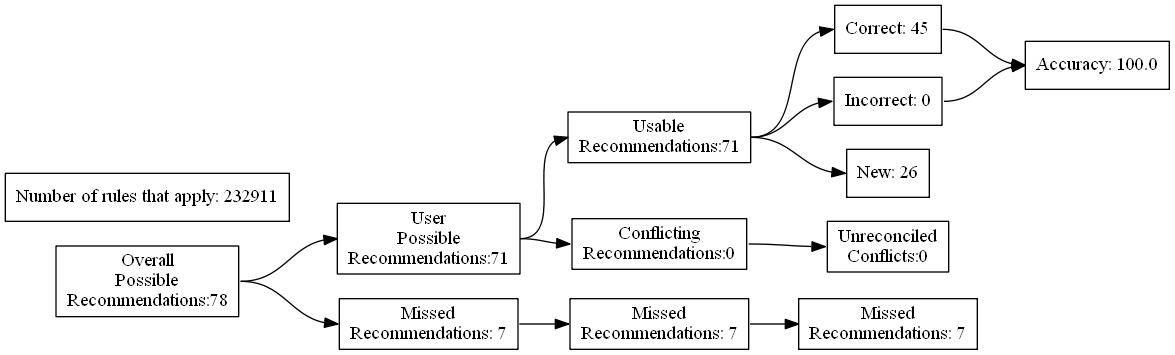
ZaxR/ibd_diet_analysis keeps this Graphviz diagram as test_renders/48.gv.png. Above is the earlier version. Its source is kept beside it as test_renders/48.gv.
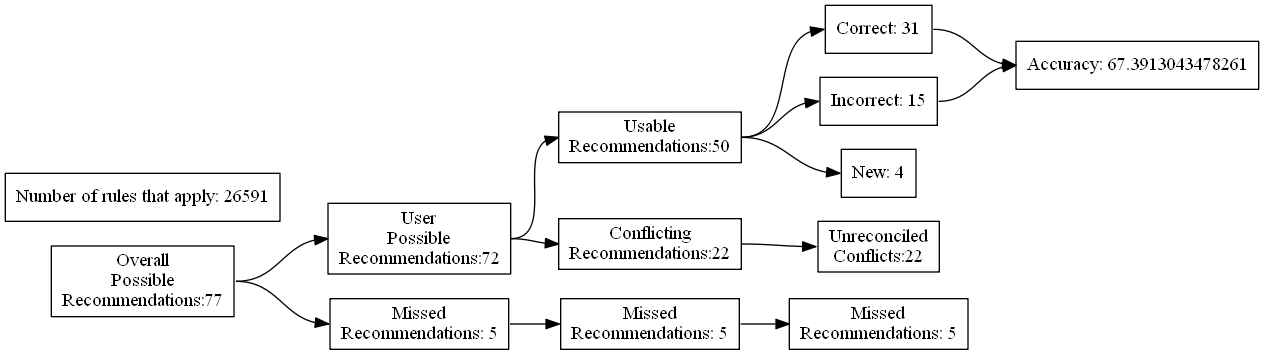
The same file after the commit.

The edit, as a diff of the source:
```diff
@@ -4,27 +4,27 @@
 	edge [headport=w tailport=e]
 		A [label="Overall
 Possible
-Recommendations:78"]
+Recommendations:77"]
 		B [label="User
 Possible
-Recommendations:71"]
+Recommendations:72"]
 		C [label="Missed
-Recommendations: 7"]
+Recommendations: 5"]
 		D [label="Usable
-Recommendations:71"]
+Recommendations:50"]
 		E [label="Conflicting
-Recommendations:0"]
+Recommendations:22"]
 		J [label="Missed
-Recommendations: 7"]
+Recommendations: 5"]
 		M [label="Unreconciled
-Conflicts:0"]
-		F [label="Correct: 45"]
-		G [label="Incorrect: 0"]
-		H [label="New: 26"]
+Conflicts:22"]
+		F [label="Correct: 31"]
+		G [label="Incorrect: 15"]
+		H [label="New: 4"]
 		K [label="Missed
-Recommendations: 7"]
-		I [label="Accuracy: 100.0"]
-		l [label="Number of rules that apply: 232911"]
+Recommendations: 5"]
+		I [label="Accuracy: 67.3913043478261"]
+		l [label="Number of rules that apply: 26591"]
 			A -> B
 			A -> C
 			B -> D
```
